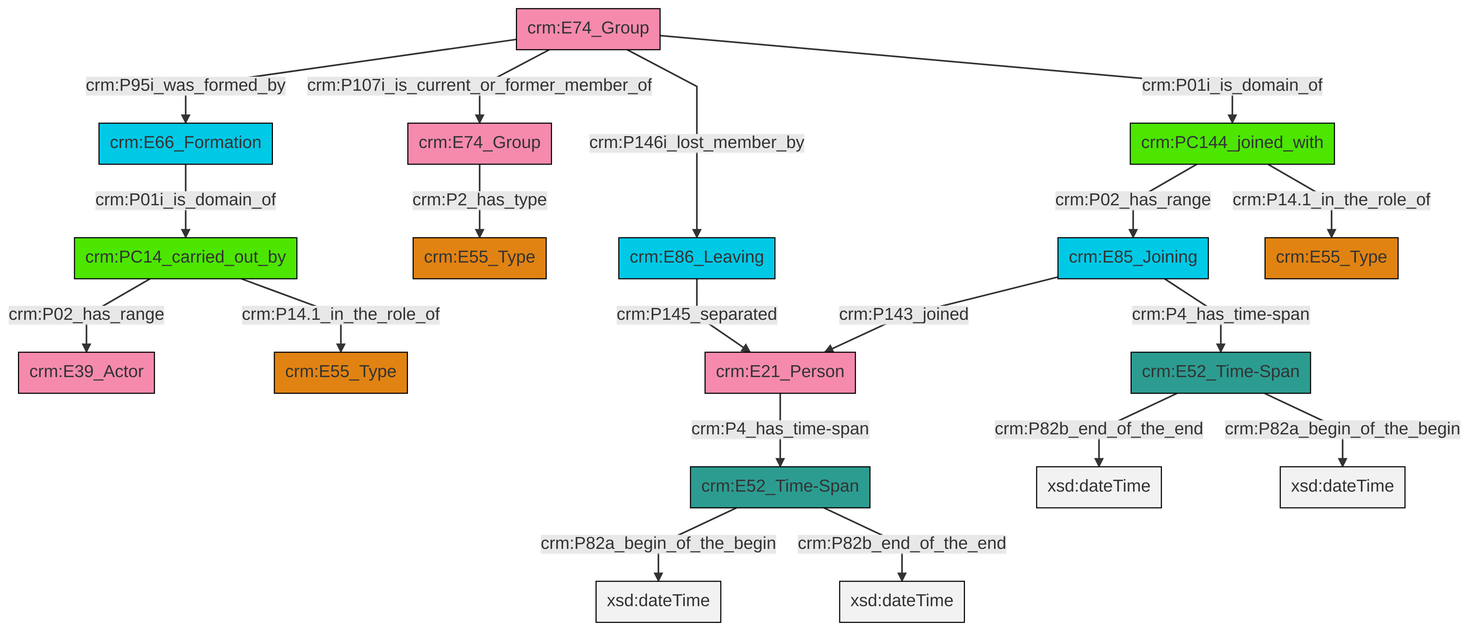
Above: et/groupCSV/ttl/mmd/png/group_actor_relations.png in swiss-art-research-net/reference-data-models (Mermaid), before the change. Its source is kept beside it as et/groupCSV/ttl/mmd/group_actor_relations.ttl.mmd.
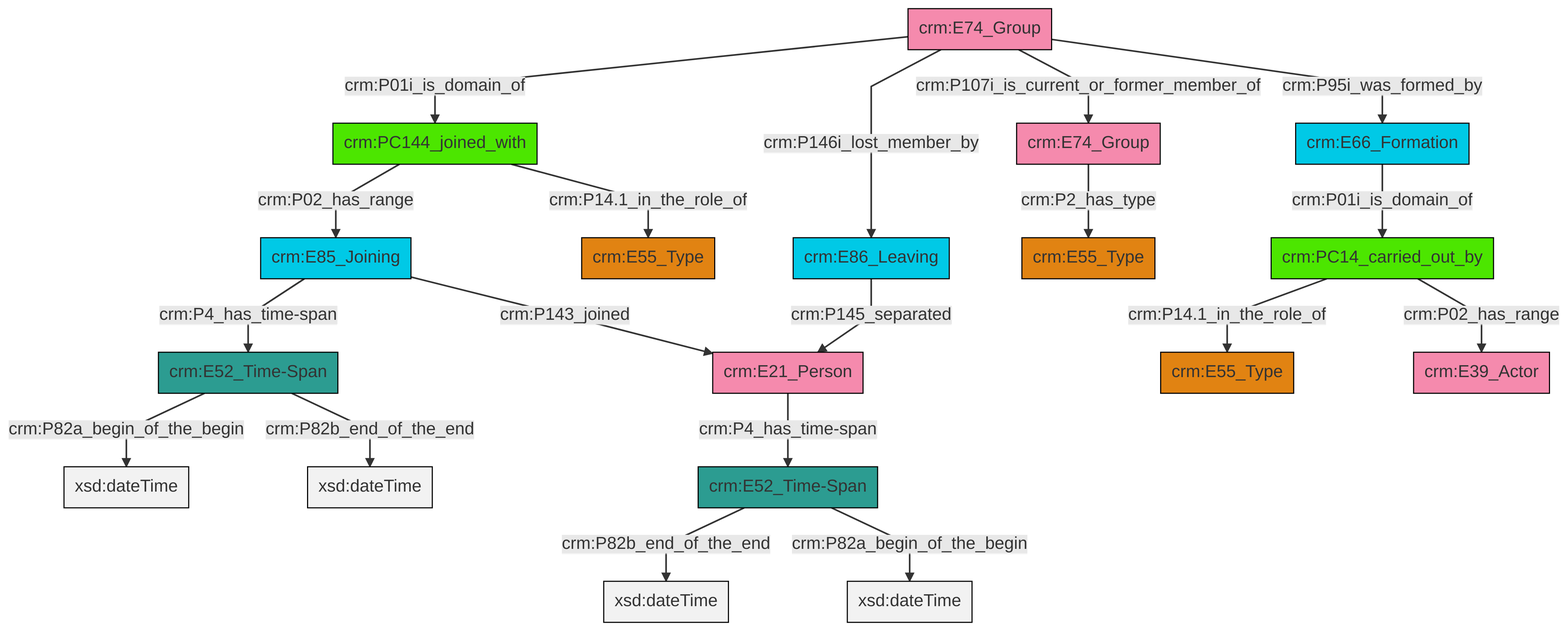
After the commit.

The edit, as a diff of the source:
```diff
@@ -13,21 +13,21 @@
 classDef PC_Classes fill:#4ce600, stroke:#000000;
 classDef Multi fill:#cccccc,stroke:#000000;
 
-4["crm:E52_Time-Span"]:::Time-Span -->|crm:P82a_begin_of_the_begin| 5[xsd:dateTime]:::Literal
-2["crm:PC144_joined_with"]:::PC_Classes -->|crm:P02_has_range| 8["crm:E85_Joining"]:::Temporal_Entity
-12["crm:E52_Time-Span"]:::Time-Span -->|crm:P82b_end_of_the_end| 13[xsd:dateTime]:::Literal
-14["crm:E74_Group"]:::Actor -->|crm:P2_has_type| 10["crm:E55_Type"]:::Type
-0["crm:E74_Group"]:::Actor -->|crm:P95i_was_formed_by| 17["crm:E66_Formation"]:::Temporal_Entity
-17["crm:E66_Formation"]:::Temporal_Entity -->|crm:P01i_is_domain_of| 20["crm:PC14_carried_out_by"]:::PC_Classes
-2["crm:PC144_joined_with"]:::PC_Classes -->|crm:P14.1_in_the_role_of| 6["crm:E55_Type"]:::Type
-12["crm:E52_Time-Span"]:::Time-Span -->|crm:P82a_begin_of_the_begin| 23[xsd:dateTime]:::Literal
-18["crm:E86_Leaving"]:::Temporal_Entity -->|crm:P145_separated| 21["crm:E21_Person"]:::Actor
-0["crm:E74_Group"]:::Actor -->|crm:P107i_is_current_or_former_member_of| 14["crm:E74_Group"]:::Actor
-0["crm:E74_Group"]:::Actor -->|crm:P146i_lost_member_by| 18["crm:E86_Leaving"]:::Temporal_Entity
-0["crm:E74_Group"]:::Actor -->|crm:P01i_is_domain_of| 2["crm:PC144_joined_with"]:::PC_Classes
-20["crm:PC14_carried_out_by"]:::PC_Classes -->|crm:P02_has_range| 29["crm:E39_Actor"]:::Actor
-4["crm:E52_Time-Span"]:::Time-Span -->|crm:P82b_end_of_the_end| 30[xsd:dateTime]:::Literal
-20["crm:PC14_carried_out_by"]:::PC_Classes -->|crm:P14.1_in_the_role_of| 15["crm:E55_Type"]:::Type
-21["crm:E21_Person"]:::Actor -->|crm:P4_has_time-span| 4["crm:E52_Time-Span"]:::Time-Span
-8["crm:E85_Joining"]:::Temporal_Entity -->|crm:P143_joined| 21["crm:E21_Person"]:::Actor
-8["crm:E85_Joining"]:::Temporal_Entity -->|crm:P4_has_time-span| 12["crm:E52_Time-Span"]:::Time-Span
+0["crm:E85_Joining"]:::Temporal_Entity -->|crm:P4_has_time-span| 1["crm:E52_Time-Span"]:::Time-Span
+2["crm:PC144_joined_with"]:::PC_Classes -->|crm:P02_has_range| 0["crm:E85_Joining"]:::Temporal_Entity
+4["crm:E66_Formation"]:::Temporal_Entity -->|crm:P01i_is_domain_of| 5["crm:PC14_carried_out_by"]:::PC_Classes
+2["crm:PC144_joined_with"]:::PC_Classes -->|crm:P14.1_in_the_role_of| 13["crm:E55_Type"]:::Type
+21["crm:E74_Group"]:::Actor -->|crm:P01i_is_domain_of| 2["crm:PC144_joined_with"]:::PC_Classes
+19["crm:E52_Time-Span"]:::Time-Span -->|crm:P82b_end_of_the_end| 22[xsd:dateTime]:::Literal
+1["crm:E52_Time-Span"]:::Time-Span -->|crm:P82a_begin_of_the_begin| 23[xsd:dateTime]:::Literal
+19["crm:E52_Time-Span"]:::Time-Span -->|crm:P82a_begin_of_the_begin| 25[xsd:dateTime]:::Literal
+26["crm:E74_Group"]:::Actor -->|crm:P2_has_type| 8["crm:E55_Type"]:::Type
+21["crm:E74_Group"]:::Actor -->|crm:P146i_lost_member_by| 10["crm:E86_Leaving"]:::Temporal_Entity
+5["crm:PC14_carried_out_by"]:::PC_Classes -->|crm:P14.1_in_the_role_of| 6["crm:E55_Type"]:::Type
+14["crm:E21_Person"]:::Actor -->|crm:P4_has_time-span| 19["crm:E52_Time-Span"]:::Time-Span
+10["crm:E86_Leaving"]:::Temporal_Entity -->|crm:P145_separated| 14["crm:E21_Person"]:::Actor
+1["crm:E52_Time-Span"]:::Time-Span -->|crm:P82b_end_of_the_end| 29[xsd:dateTime]:::Literal
+0["crm:E85_Joining"]:::Temporal_Entity -->|crm:P143_joined| 14["crm:E21_Person"]:::Actor
+5["crm:PC14_carried_out_by"]:::PC_Classes -->|crm:P02_has_range| 17["crm:E39_Actor"]:::Actor
+21["crm:E74_Group"]:::Actor -->|crm:P107i_is_current_or_former_member_of| 26["crm:E74_Group"]:::Actor
+21["crm:E74_Group"]:::Actor -->|crm:P95i_was_formed_by| 4["crm:E66_Formation"]:::Temporal_Entity
```
